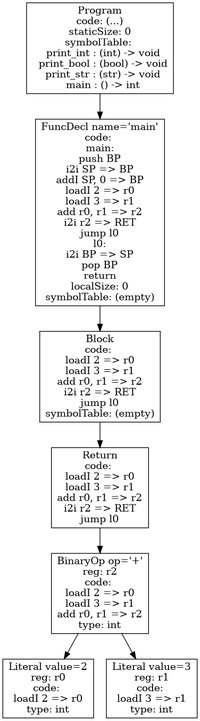
Earlier version of the Graphviz export p4-codegen/tests/iloc-tree.png (atrim11/CS432). Its source is kept beside it as p4-codegen/iloc-tree.dot.
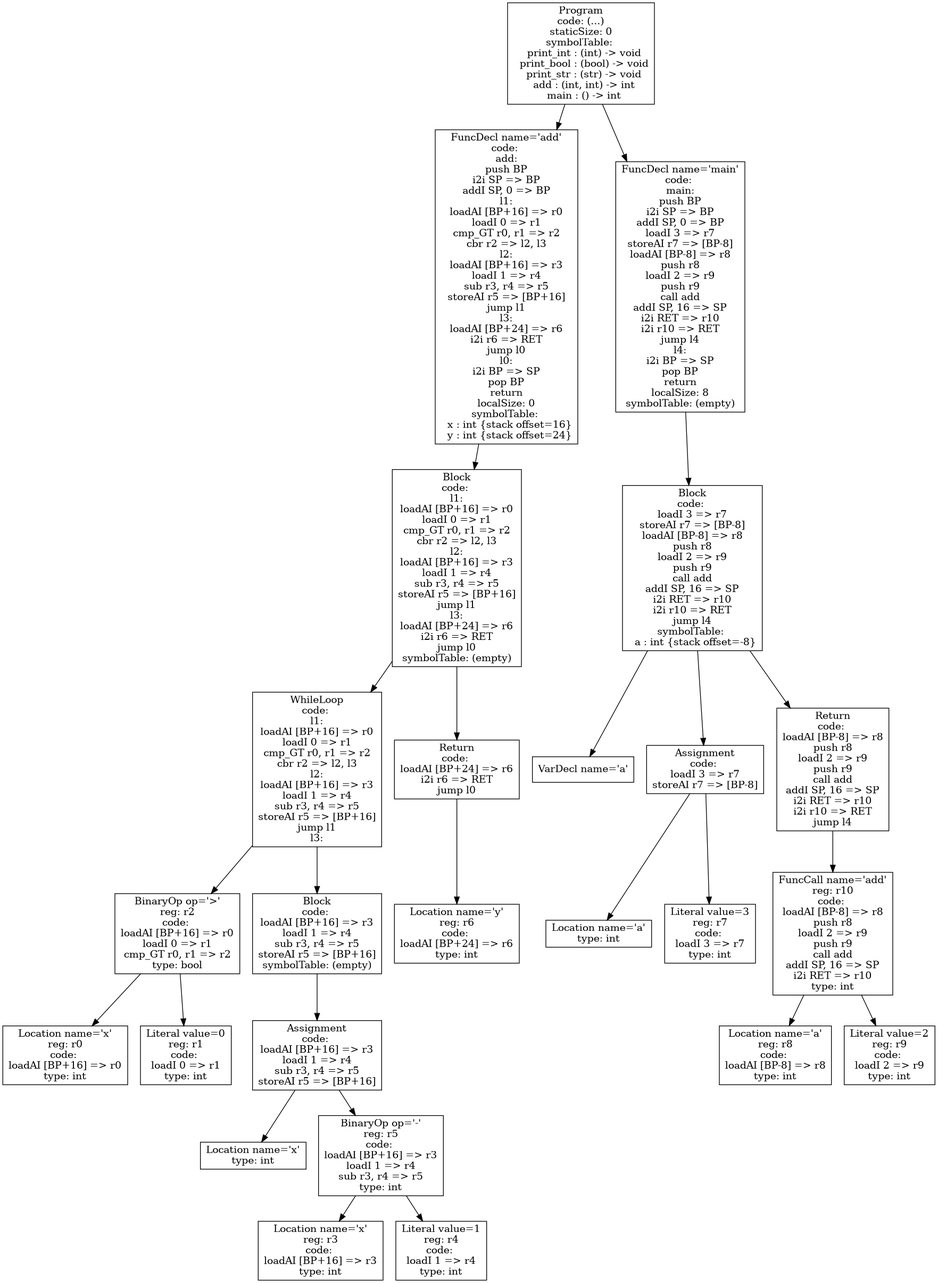
After the change.

The edit, as a diff of the source:
```diff
@@ -1,62 +1,66 @@
 digraph AST {
-3 [shape=box, label="VarDecl name='result'"];
-4 [shape=box, label="VarDecl name='temp'"];
-6 [shape=box, label="Location name='temp'\ntype: int"];
-7 [shape=box, label="Literal value=1\nreg: r0\ncode: \nloadI 1 => r0\ntype: int"];
-5 [shape=box, label="Assignment\ncode: \nloadI 1 => r0\nstoreAI r0 => [BP-16]"];
+3 [shape=box, label="VarDecl name='count'"];
+4 [shape=box, label="VarDecl name='i'"];
+6 [shape=box, label="Location name='count'\ntype: int"];
+7 [shape=box, label="Literal value=0\nreg: r0\ncode: \nloadI 0 => r0\ntype: int"];
+5 [shape=box, label="Assignment\ncode: \nloadI 0 => r0\nstoreAI r0 => [BP-8]"];
 5 -> 6;
 5 -> 7;
-10 [shape=box, label="Location name='temp'\nreg: r1\ncode: \nloadAI [BP-16] => r1\ntype: int"];
-11 [shape=box, label="Literal value=1\nreg: r2\ncode: \nloadI 1 => r2\ntype: int"];
-9 [shape=box, label="BinaryOp op='=='\nreg: r3\ncode: \nloadAI [BP-16] => r1\nloadI 1 => r2\ncmp_EQ r1, r2 => r3\ntype: bool"];
-9 -> 10;
-9 -> 11;
-15 [shape=box, label="Location name='temp'\nreg: r4\ncode: \nloadAI [BP-16] => r4\ntype: int"];
-16 [shape=box, label="Literal value=2\nreg: r5\ncode: \nloadI 2 => r5\ntype: int"];
-14 [shape=box, label="BinaryOp op='=='\nreg: r6\ncode: \nloadAI [BP-16] => r4\nloadI 2 => r5\ncmp_EQ r4, r5 => r6\ntype: bool"];
+9 [shape=box, label="Location name='i'\ntype: int"];
+10 [shape=box, label="Literal value=0\nreg: r1\ncode: \nloadI 0 => r1\ntype: int"];
+8 [shape=box, label="Assignment\ncode: \nloadI 0 => r1\nstoreAI r1 => [BP-16]"];
+8 -> 9;
+8 -> 10;
+12 [shape=box, label="Literal value=true\nreg: r2\ncode: \nloadI 1 => r2\ntype: bool"];
+15 [shape=box, label="Location name='i'\ntype: int"];
+17 [shape=box, label="Location name='i'\nreg: r3\ncode: \nloadAI [BP-16] => r3\ntype: int"];
+18 [shape=box, label="Literal value=1\nreg: r4\ncode: \nloadI 1 => r4\ntype: int"];
+16 [shape=box, label="BinaryOp op='+'\nreg: r5\ncode: \nloadAI [BP-16] => r3\nloadI 1 => r4\nadd r3, r4 => r5\ntype: int"];
+16 -> 17;
+16 -> 18;
+14 [shape=box, label="Assignment\ncode: \nloadAI [BP-16] => r3\nloadI 1 => r4\nadd r3, r4 => r5\nstoreAI r5 => [BP-16]"];
 14 -> 15;
 14 -> 16;
-19 [shape=box, label="Location name='result'\ntype: int"];
-20 [shape=box, label="Literal value=0\nreg: r7\ncode: \nloadI 0 => r7\ntype: int"];
-18 [shape=box, label="Assignment\ncode: \nloadI 0 => r7\nstoreAI r7 => [BP-8]"];
-18 -> 19;
-18 -> 20;
-17 [shape=box, label="Block\ncode: \nloadI 0 => r7\nstoreAI r7 => [BP-8]\nsymbolTable: (empty)"];
-17 -> 18;
-23 [shape=box, label="Location name='result'\ntype: int"];
-24 [shape=box, label="Literal value=42\nreg: r8\ncode: \nloadI 42 => r8\ntype: int"];
-22 [shape=box, label="Assignment\ncode: \nloadI 42 => r8\nstoreAI r8 => [BP-8]"];
-22 -> 23;
-22 -> 24;
-21 [shape=box, label="Block\ncode: \nloadI 42 => r8\nstoreAI r8 => [BP-8]\nsymbolTable: (empty)"];
-21 -> 22;
-13 [shape=box, label="Conditional\ncode: \nloadAI [BP-16] => r4\nloadI 2 => r5\ncmp_EQ r4, r5 => r6\ncbr r6 => l4, l5\nl4:\nloadI 0 => r7\nstoreAI r7 => [BP-8]\njump l7\nl5:\nloadI 42 => r8\nstoreAI r8 => [BP-8]\nl7:\nend_label: (...)\nbody_label: (...)"];
-13 -> 14;
-13 -> 17;
-13 -> 21;
-12 [shape=box, label="Block\ncode: \nloadAI [BP-16] => r4\nloadI 2 => r5\ncmp_EQ r4, r5 => r6\ncbr r6 => l4, l5\nl4:\nloadI 0 => r7\nstoreAI r7 => [BP-8]\njump l7\nl5:\nloadI 42 => r8\nstoreAI r8 => [BP-8]\nl7:\nsymbolTable: (empty)"];
-12 -> 13;
-27 [shape=box, label="Location name='result'\ntype: int"];
-28 [shape=box, label="Literal value=99\nreg: r9\ncode: \nloadI 99 => r9\ntype: int"];
-26 [shape=box, label="Assignment\ncode: \nloadI 99 => r9\nstoreAI r9 => [BP-8]"];
+21 [shape=box, label="Location name='i'\nreg: r6\ncode: \nloadAI [BP-16] => r6\ntype: int"];
+22 [shape=box, label="Literal value=5\nreg: r7\ncode: \nloadI 5 => r7\ntype: int"];
+20 [shape=box, label="BinaryOp op='>'\nreg: r8\ncode: \nloadAI [BP-16] => r6\nloadI 5 => r7\ncmp_GT r6, r7 => r8\ntype: bool"];
+20 -> 21;
+20 -> 22;
+24 [shape=box, label="Break\ncode: \njump l3"];
+23 [shape=box, label="Block\ncode: \njump l3\nsymbolTable: (empty)"];
+23 -> 24;
+27 [shape=box, label="Location name='count'\ntype: int"];
+29 [shape=box, label="Location name='count'\nreg: r9\ncode: \nloadAI [BP-8] => r9\ntype: int"];
+30 [shape=box, label="Literal value=1\nreg: r10\ncode: \nloadI 1 => r10\ntype: int"];
+28 [shape=box, label="BinaryOp op='+'\nreg: r11\ncode: \nloadAI [BP-8] => r9\nloadI 1 => r10\nadd r9, r10 => r11\ntype: int"];
+28 -> 29;
+28 -> 30;
+26 [shape=box, label="Assignment\ncode: \nloadAI [BP-8] => r9\nloadI 1 => r10\nadd r9, r10 => r11\nstoreAI r11 => [BP-8]"];
 26 -> 27;
 26 -> 28;
-25 [shape=box, label="Block\ncode: \nloadI 99 => r9\nstoreAI r9 => [BP-8]\nsymbolTable: (empty)"];
+25 [shape=box, label="Block\ncode: \nloadAI [BP-8] => r9\nloadI 1 => r10\nadd r9, r10 => r11\nstoreAI r11 => [BP-8]\nsymbolTable: (empty)"];
 25 -> 26;
-8 [shape=box, label="Conditional\ncode: \nloadAI [BP-16] => r1\nloadI 1 => r2\ncmp_EQ r1, r2 => r3\ncbr r3 => l1, l2\nl1:\nloadAI [BP-16] => r4\nloadI 2 => r5\ncmp_EQ r4, r5 => r6\ncbr r6 => l4, l5\nl4:\nloadI 0 => r7\nstoreAI r7 => [BP-8]\njump l7\nl5:\nloadI 42 => r8\nstoreAI r8 => [BP-8]\nl7:\njump l8\nl2:\nloadI 99 => r9\nstoreAI r9 => [BP-8]\nl8:\nend_label: (...)\nbody_label: (...)"];
-8 -> 9;
-8 -> 12;
-8 -> 25;
-30 [shape=box, label="Location name='result'\nreg: r10\ncode: \nloadAI [BP-8] => r10\ntype: int"];
-29 [shape=box, label="Return\ncode: \nloadAI [BP-8] => r10\ni2i r10 => RET\njump l0"];
-29 -> 30;
-2 [shape=box, label="Block\ncode: \nloadI 1 => r0\nstoreAI r0 => [BP-16]\nloadAI [BP-16] => r1\nloadI 1 => r2\ncmp_EQ r1, r2 => r3\ncbr r3 => l1, l2\nl1:\nloadAI [BP-16] => r4\nloadI 2 => r5\ncmp_EQ r4, r5 => r6\ncbr r6 => l4, l5\nl4:\nloadI 0 => r7\nstoreAI r7 => [BP-8]\njump l7\nl5:\nloadI 42 => r8\nstoreAI r8 => [BP-8]\nl7:\njump l8\nl2:\nloadI 99 => r9\nstoreAI r9 => [BP-8]\nl8:\nloadAI [BP-8] => r10\ni2i r10 => RET\njump l0\nsymbolTable: \n  result : int {stack offset=-8}\n  temp : int {stack offset=-16}"];
+19 [shape=box, label="Conditional\ncode: \nloadAI [BP-16] => r6\nloadI 5 => r7\ncmp_GT r6, r7 => r8\ncbr r8 => l4, l5\nl4:\njump l3\njump l6\nl5:\nloadAI [BP-8] => r9\nloadI 1 => r10\nadd r9, r10 => r11\nstoreAI r11 => [BP-8]\nl6:"];
+19 -> 20;
+19 -> 23;
+19 -> 25;
+13 [shape=box, label="Block\ncode: \nloadAI [BP-16] => r3\nloadI 1 => r4\nadd r3, r4 => r5\nstoreAI r5 => [BP-16]\nloadAI [BP-16] => r6\nloadI 5 => r7\ncmp_GT r6, r7 => r8\ncbr r8 => l4, l5\nl4:\njump l3\njump l6\nl5:\nloadAI [BP-8] => r9\nloadI 1 => r10\nadd r9, r10 => r11\nstoreAI r11 => [BP-8]\nl6:\nsymbolTable: (empty)"];
+13 -> 14;
+13 -> 19;
+11 [shape=box, label="WhileLoop\ncode: \nl1:\nloadI 1 => r2\ncbr r2 => l2, l3\nl2:\nloadAI [BP-16] => r3\nloadI 1 => r4\nadd r3, r4 => r5\nstoreAI r5 => [BP-16]\nloadAI [BP-16] => r6\nloadI 5 => r7\ncmp_GT r6, r7 => r8\ncbr r8 => l4, l5\nl4:\njump l3\njump l6\nl5:\nloadAI [BP-8] => r9\nloadI 1 => r10\nadd r9, r10 => r11\nstoreAI r11 => [BP-8]\nl6:\njump l1\nl3:"];
+11 -> 12;
+11 -> 13;
+32 [shape=box, label="Location name='count'\nreg: r12\ncode: \nloadAI [BP-8] => r12\ntype: int"];
+31 [shape=box, label="Return\ncode: \nloadAI [BP-8] => r12\ni2i r12 => RET\njump l0"];
+31 -> 32;
+2 [shape=box, label="Block\ncode: \nloadI 0 => r0\nstoreAI r0 => [BP-8]\nloadI 0 => r1\nstoreAI r1 => [BP-16]\nl1:\nloadI 1 => r2\ncbr r2 => l2, l3\nl2:\nloadAI [BP-16] => r3\nloadI 1 => r4\nadd r3, r4 => r5\nstoreAI r5 => [BP-16]\nloadAI [BP-16] => r6\nloadI 5 => r7\ncmp_GT r6, r7 => r8\ncbr r8 => l4, l5\nl4:\njump l3\njump l6\nl5:\nloadAI [BP-8] => r9\nloadI 1 => r10\nadd r9, r10 => r11\nstoreAI r11 => [BP-8]\nl6:\njump l1\nl3:\nloadAI [BP-8] => r12\ni2i r12 => RET\njump l0\nsymbolTable: \n  count : int {stack offset=-8}\n  i : int {stack offset=-16}"];
 2 -> 3;
 2 -> 4;
 2 -> 5;
 2 -> 8;
-2 -> 29;
-1 [shape=box, label="FuncDecl name='main'\ncode: \nmain:\npush BP\ni2i SP => BP\naddI SP, 0 => BP\nloadI 1 => r0\nstoreAI r0 => [BP-16]\nloadAI [BP-16] => r1\nloadI 1 => r2\ncmp_EQ r1, r2 => r3\ncbr r3 => l1, l2\nl1:\nloadAI [BP-16] => r4\nloadI 2 => r5\ncmp_EQ r4, r5 => r6\ncbr r6 => l4, l5\nl4:\nloadI 0 => r7\nstoreAI r7 => [BP-8]\njump l7\nl5:\nloadI 42 => r8\nstoreAI r8 => [BP-8]\nl7:\njump l8\nl2:\nloadI 99 => r9\nstoreAI r9 => [BP-8]\nl8:\nloadAI [BP-8] => r10\ni2i r10 => RET\njump l0\nl0:\ni2i BP => SP\npop BP\nreturn\nlocalSize: 16\nsymbolTable: (empty)"];
+2 -> 11;
+2 -> 31;
+1 [shape=box, label="FuncDecl name='main'\ncode: \nmain:\npush BP\ni2i SP => BP\naddI SP, 0 => BP\nloadI 0 => r0\nstoreAI r0 => [BP-8]\nloadI 0 => r1\nstoreAI r1 => [BP-16]\nl1:\nloadI 1 => r2\ncbr r2 => l2, l3\nl2:\nloadAI [BP-16] => r3\nloadI 1 => r4\nadd r3, r4 => r5\nstoreAI r5 => [BP-16]\nloadAI [BP-16] => r6\nloadI 5 => r7\ncmp_GT r6, r7 => r8\ncbr r8 => l4, l5\nl4:\njump l3\njump l6\nl5:\nloadAI [BP-8] => r9\nloadI 1 => r10\nadd r9, r10 => r11\nstoreAI r11 => [BP-8]\nl6:\njump l1\nl3:\nloadAI [BP-8] => r12\ni2i r12 => RET\njump l0\nl0:\ni2i BP => SP\npop BP\nreturn\nlocalSize: 16\nsymbolTable: (empty)"];
 1 -> 2;
 0 [shape=box, label="Program\ncode: (...)\nstaticSize: 0\nsymbolTable: \n  print_int : (int) -> void\n  print_bool : (bool) -> void\n  print_str : (str) -> void\n  main : () -> int"];
 0 -> 1;
```
